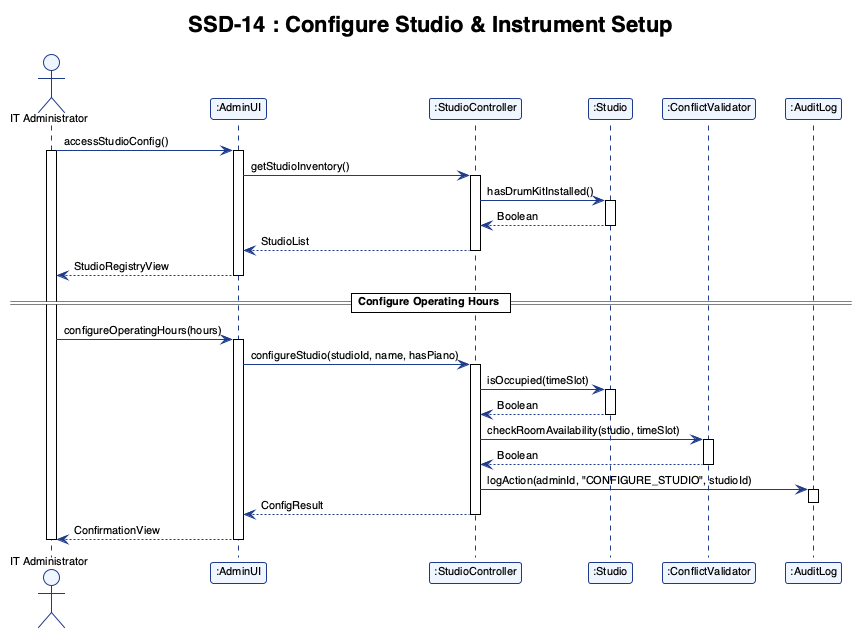
adoreblvnk/2001temp keeps this PlantUML diagram as report/assets/ssd_14.png. Above is the earlier version.
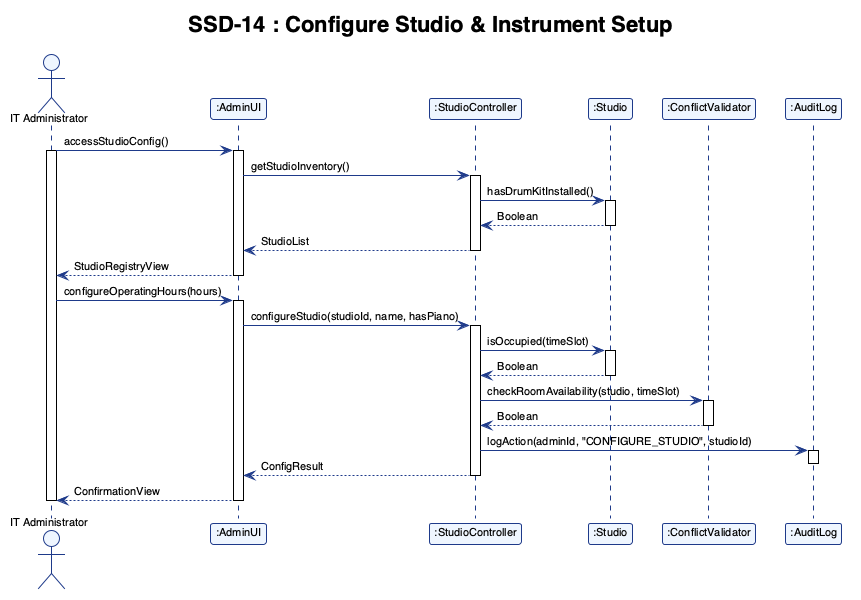
After the commit.

What changed in the source:
```diff
@@ -36,7 +36,6 @@
 AdminUI --> ITAdmin : StudioRegistryView
 deactivate AdminUI
 
-== Configure Operating Hours ==
 
 ITAdmin -> AdminUI : configureOperatingHours(hours)
 activate AdminUI
```
